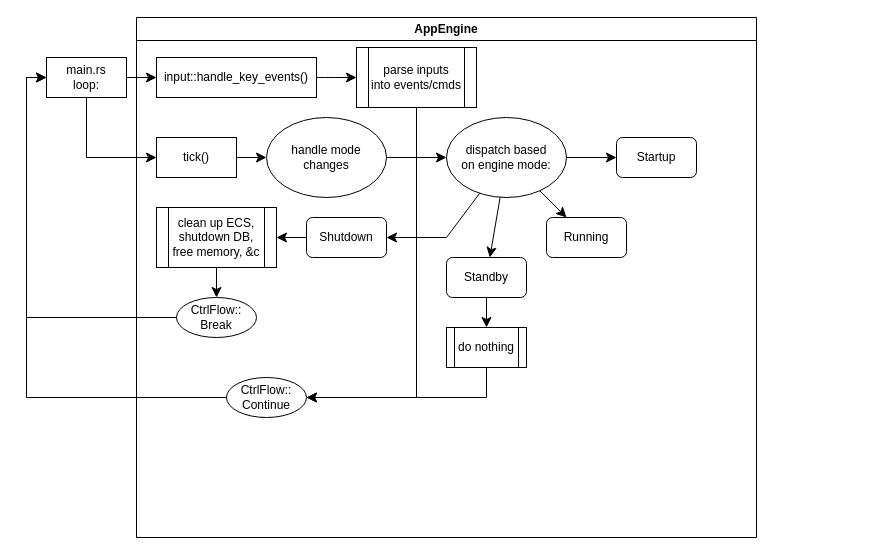
Before: spacetraders-class-diagram.drawio in zgrow/misc_bucket, a draw.io diagram. Source tidied: cells renumbered, new cells numbered last; positions are measured from the earlier drawing's top-left corner, leaving out a move shared by most shapes. Both pictures are drawn from the tidied source at 100%, with x=0, y=0 at pixel (26, 17).
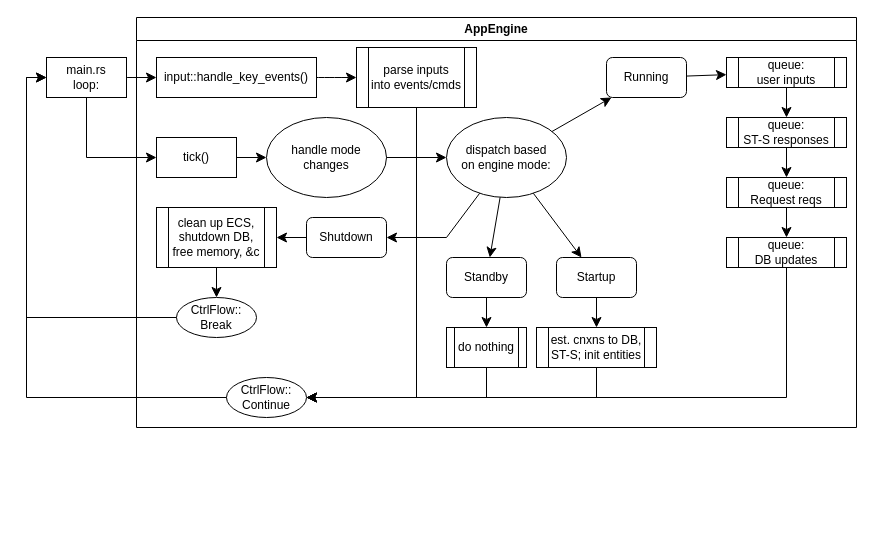
The same page after the edit.

The change refers to these unchanged cells:
```xml
<mxCell id="28" value="&lt;div&gt;CtrlFlow::&lt;/div&gt;&lt;div&gt;Continue&lt;/div&gt;" style="ellipse;whiteSpace=wrap;html=1;fontFamily=Helvetica;fontSize=12;fontColor=default;labelBackgroundColor=default;" parent="5" vertex="1">
  <mxGeometry x="90" y="360" width="80" height="40" as="geometry" />
</mxCell>
```

Diff of the diagram source:
```diff
@@
     <mxCell id="5" value="AppEngine" style="swimlane;whiteSpace=wrap;html=1;" parent="1" vertex="1">
-      <mxGeometry x="110" width="620" height="520" as="geometry" />
+      <mxGeometry x="110" width="720" height="410" as="geometry" />
     </mxCell>
@@
+    <mxCell id="33" style="edgeStyle=none;shape=connector;curved=0;rounded=0;jettySize=auto;html=1;strokeColor=default;align=center;verticalAlign=middle;fontFamily=Helvetica;fontSize=12;fontColor=default;labelBackgroundColor=default;startSize=8;endArrow=classic;endSize=8;" parent="5" edge="1" source="13" target="36">
+      <mxGeometry relative="1" as="geometry" />
+    </mxCell>
     <mxCell id="13" value="Startup" style="rounded=1;whiteSpace=wrap;html=1;fontFamily=Helvetica;fontSize=12;fontColor=default;labelBackgroundColor=default;" parent="5" vertex="1">
-      <mxGeometry x="480" y="120" width="80" height="40" as="geometry" />
+      <mxGeometry x="420" y="240" width="80" height="40" as="geometry" />
     </mxCell>
@@
+    <mxCell id="34" style="edgeStyle=none;shape=connector;curved=0;rounded=0;jettySize=auto;html=1;strokeColor=default;align=center;verticalAlign=middle;fontFamily=Helvetica;fontSize=12;fontColor=default;labelBackgroundColor=default;startSize=8;endArrow=classic;endSize=8;" parent="5" edge="1" source="15" target="38">
+      <mxGeometry relative="1" as="geometry" />
+    </mxCell>
     <mxCell id="15" value="&lt;div&gt;Running&lt;/div&gt;" style="rounded=1;whiteSpace=wrap;html=1;fontFamily=Helvetica;fontSize=12;fontColor=default;labelBackgroundColor=default;" parent="5" vertex="1">
-      <mxGeometry x="410" y="200" width="80" height="40" as="geometry" />
+      <mxGeometry x="470" y="40" width="80" height="40" as="geometry" />
     </mxCell>
@@
+    <mxCell id="35" style="edgeStyle=none;shape=connector;curved=0;rounded=0;jettySize=auto;html=1;strokeColor=default;align=center;verticalAlign=middle;fontFamily=Helvetica;fontSize=12;fontColor=default;labelBackgroundColor=default;startSize=8;endArrow=classic;endSize=8;" parent="5" edge="1" source="36" target="28">
+      <mxGeometry relative="1" as="geometry">
+        <Array as="points">
+          <mxPoint x="460" y="380" />
+        </Array>
+      </mxGeometry>
+    </mxCell>
+    <mxCell id="36" value="&lt;div&gt;est. cnxns to DB,&lt;/div&gt;&lt;div&gt;ST-S; init entities&lt;/div&gt;" style="shape=process;whiteSpace=wrap;html=1;backgroundOutline=1;fontFamily=Helvetica;fontSize=12;fontColor=default;labelBackgroundColor=default;" parent="5" vertex="1">
+      <mxGeometry x="400" y="310" width="120" height="40" as="geometry" />
+    </mxCell>
+    <mxCell id="37" style="edgeStyle=none;shape=connector;curved=0;rounded=0;jettySize=auto;html=1;strokeColor=default;align=center;verticalAlign=middle;fontFamily=Helvetica;fontSize=12;fontColor=default;labelBackgroundColor=default;startSize=8;endArrow=classic;endSize=8;" parent="5" edge="1" source="38" target="40">
+      <mxGeometry relative="1" as="geometry" />
+    </mxCell>
+    <mxCell id="38" value="&lt;div&gt;queue:&lt;/div&gt;&lt;div&gt;user inputs&lt;/div&gt;" style="shape=process;whiteSpace=wrap;html=1;backgroundOutline=1;fontFamily=Helvetica;fontSize=12;fontColor=default;labelBackgroundColor=default;" parent="5" vertex="1">
+      <mxGeometry x="590" y="40" width="120" height="30" as="geometry" />
+    </mxCell>
+    <mxCell id="39" style="edgeStyle=none;shape=connector;curved=0;rounded=0;jettySize=auto;html=1;strokeColor=default;align=center;verticalAlign=middle;fontFamily=Helvetica;fontSize=12;fontColor=default;labelBackgroundColor=default;startSize=8;endArrow=classic;endSize=8;" parent="5" edge="1" source="40" target="42">
+      <mxGeometry relative="1" as="geometry" />
+    </mxCell>
+    <mxCell id="40" value="&lt;div&gt;queue:&lt;/div&gt;&lt;div&gt;ST-S responses&lt;/div&gt;" style="shape=process;whiteSpace=wrap;html=1;backgroundOutline=1;fontFamily=Helvetica;fontSize=12;fontColor=default;labelBackgroundColor=default;" parent="5" vertex="1">
+      <mxGeometry x="590" y="100" width="120" height="30" as="geometry" />
+    </mxCell>
+    <mxCell id="41" style="edgeStyle=none;shape=connector;curved=0;rounded=0;jettySize=auto;html=1;strokeColor=default;align=center;verticalAlign=middle;fontFamily=Helvetica;fontSize=12;fontColor=default;labelBackgroundColor=default;startSize=8;endArrow=classic;endSize=8;" parent="5" edge="1" source="42" target="44">
+      <mxGeometry relative="1" as="geometry" />
+    </mxCell>
+    <mxCell id="42" value="&lt;div&gt;queue:&lt;/div&gt;&lt;div&gt;Request reqs&lt;/div&gt;" style="shape=process;whiteSpace=wrap;html=1;backgroundOutline=1;fontFamily=Helvetica;fontSize=12;fontColor=default;labelBackgroundColor=default;" parent="5" vertex="1">
+      <mxGeometry x="590" y="160" width="120" height="30" as="geometry" />
+    </mxCell>
+    <mxCell id="43" style="edgeStyle=none;shape=connector;curved=0;rounded=0;jettySize=auto;html=1;strokeColor=default;align=center;verticalAlign=middle;fontFamily=Helvetica;fontSize=12;fontColor=default;labelBackgroundColor=default;startSize=8;endArrow=classic;endSize=8;" parent="5" edge="1" source="44" target="28">
+      <mxGeometry relative="1" as="geometry">
+        <Array as="points">
+          <mxPoint x="650" y="380" />
+        </Array>
+      </mxGeometry>
+    </mxCell>
+    <mxCell id="44" value="&lt;div&gt;queue:&lt;/div&gt;&lt;div&gt;DB updates&lt;/div&gt;" style="shape=process;whiteSpace=wrap;html=1;backgroundOutline=1;fontFamily=Helvetica;fontSize=12;fontColor=default;labelBackgroundColor=default;" parent="5" vertex="1">
+      <mxGeometry x="590" y="220" width="120" height="30" as="geometry" />
+    </mxCell>
```
